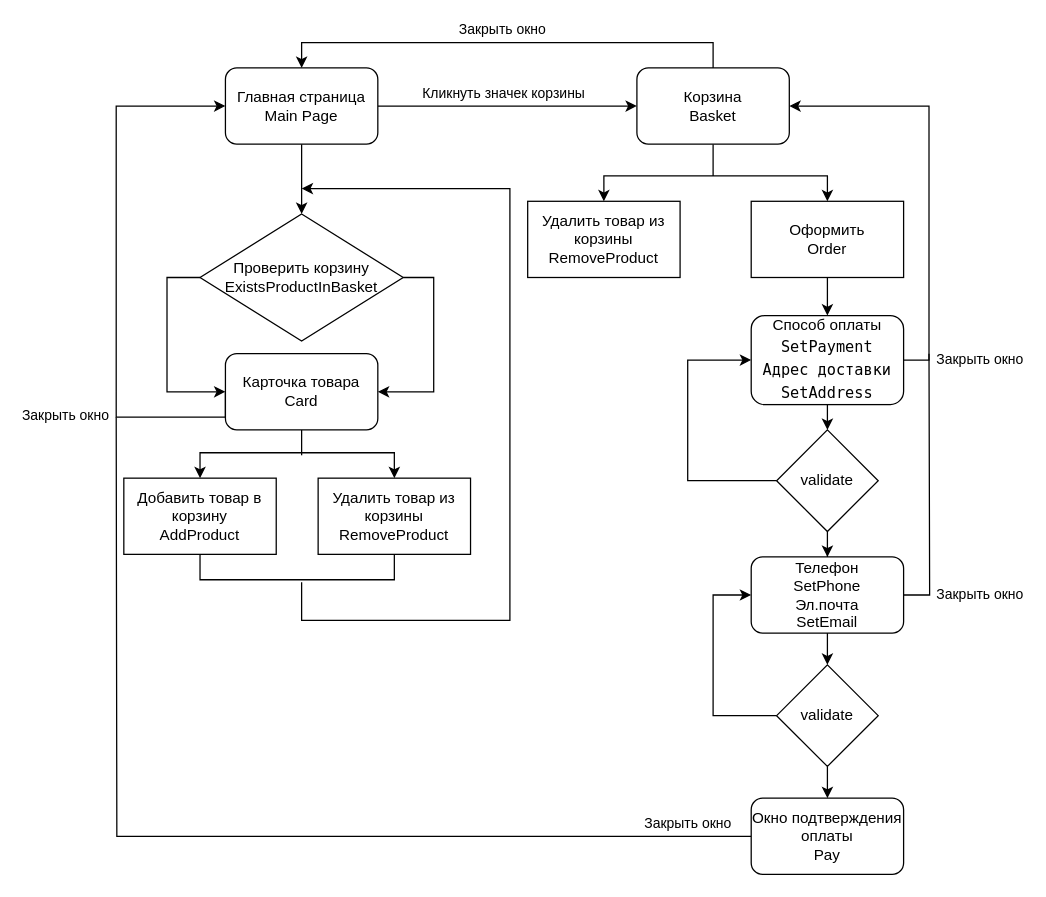
Above: web-larek-frontend.process.drawio in Kazannik/web-larek-frontend (draw.io), before the change. Source tidied: cells renumbered, new cells numbered last; positions are measured from the earlier drawing's top-left corner, leaving out a move shared by most shapes. Both pictures are drawn from the tidied source at 127%, with x=0, y=0 at pixel (116, 67).
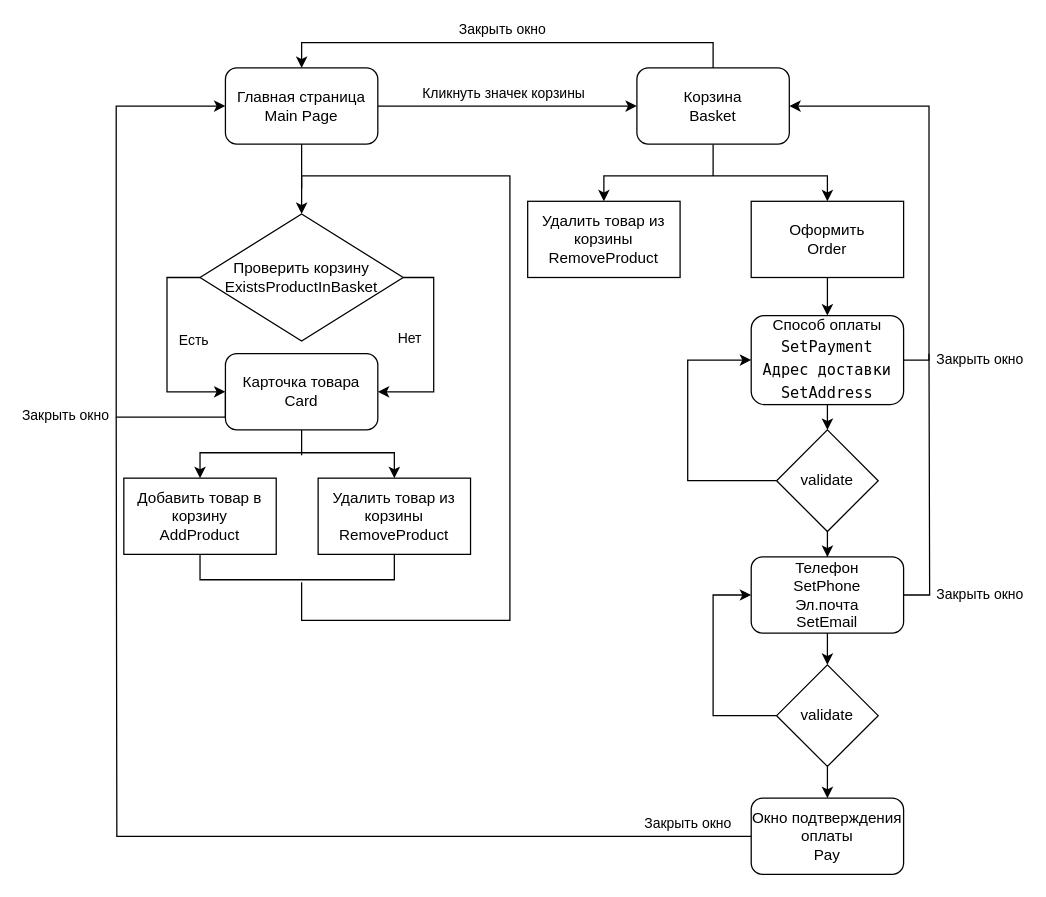
After the change.

Unchanged cells that the change refers to:
```xml
<mxCell id="19" style="edgeStyle=orthogonalEdgeStyle;rounded=0;jettySize=auto;html=1;entryX=1;entryY=0.5;entryDx=0;entryDy=0;" parent="1" edge="1" source="21" target="4">
  <mxGeometry relative="1" as="geometry">
    <Array as="points">
      <mxPoint x="250" y="165" />
      <mxPoint x="250" y="255" />
    </Array>
  </mxGeometry>
</mxCell>
<mxCell id="20" style="edgeStyle=orthogonalEdgeStyle;rounded=0;jettySize=auto;html=1;entryX=0;entryY=0.5;entryDx=0;entryDy=0;" parent="1" edge="1" source="21" target="4">
  <mxGeometry relative="1" as="geometry">
    <Array as="points">
      <mxPoint x="40" y="165" />
      <mxPoint x="40" y="255" />
    </Array>
  </mxGeometry>
</mxCell>
```

Diff of the diagram source:
```diff
@@
-    <mxCell id="18" style="edgeStyle=orthogonalEdgeStyle;rounded=0;orthogonalLoop=1;jettySize=auto;html=1;startArrow=classic;startFill=1;endArrow=none;endFill=0;" parent="1" edge="1">
+    <mxCell id="18" style="edgeStyle=orthogonalEdgeStyle;rounded=0;orthogonalLoop=1;jettySize=auto;html=1;startArrow=none;startFill=0;endArrow=none;endFill=0;" parent="1" edge="1">
       <mxGeometry relative="1" as="geometry">
         <mxPoint x="146" y="95" as="sourcePoint" />
         <mxPoint x="146" y="405" as="targetPoint" />
         <Array as="points">
-          <mxPoint x="310" y="95" />
+          <mxPoint x="146" y="85" />
+          <mxPoint x="310" y="85" />
           <mxPoint x="310" y="435" />
           <mxPoint x="146" y="435" />
         </Array>
       </mxGeometry>
     </mxCell>
@@
+    <mxCell id="37" value="Нет" style="edgeLabel;html=1;align=center;verticalAlign=middle;" parent="19" vertex="1">
+      <mxGeometry x="-0.12" y="-1" relative="1" as="geometry">
+        <mxPoint x="-19" y="1" as="offset" />
+      </mxGeometry>
+    </mxCell>
@@
+    <mxCell id="38" value="Есть" style="edgeLabel;html=1;align=center;verticalAlign=middle;" parent="20" vertex="1">
+      <mxGeometry x="-0.09" y="2" relative="1" as="geometry">
+        <mxPoint x="18" y="1" as="offset" />
+      </mxGeometry>
+    </mxCell>
```
